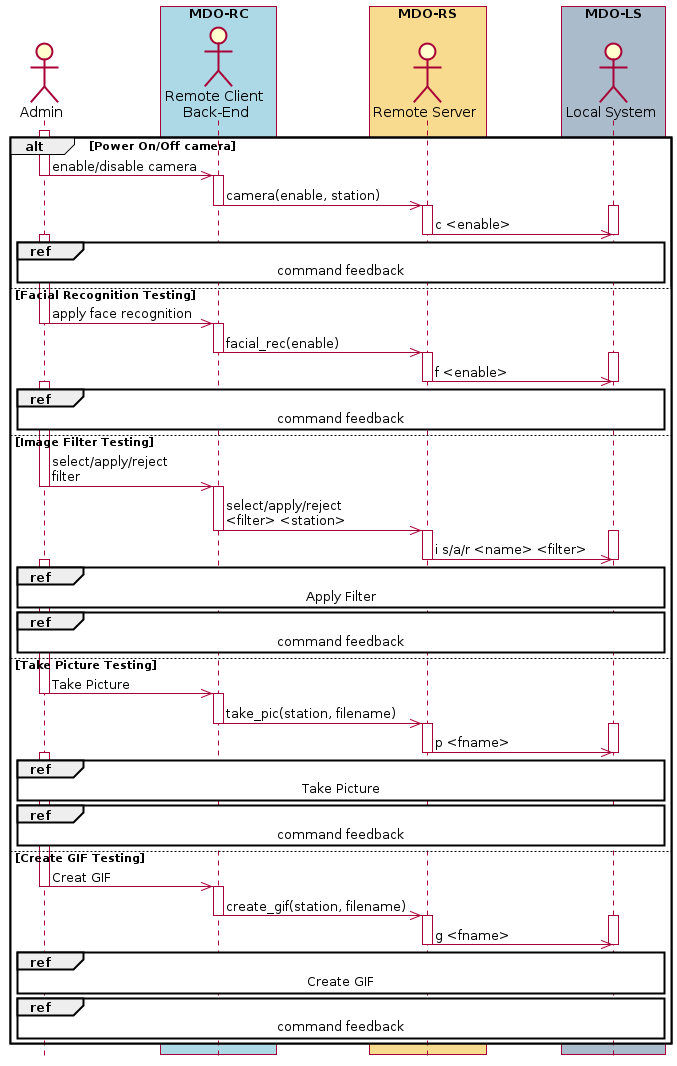
This is Proj/diags/plantuml/seq-diag/output/seq-rs-test-op-camera.png from ElectroQuanta/MDO, a PlantUML export, as it was before one commit.
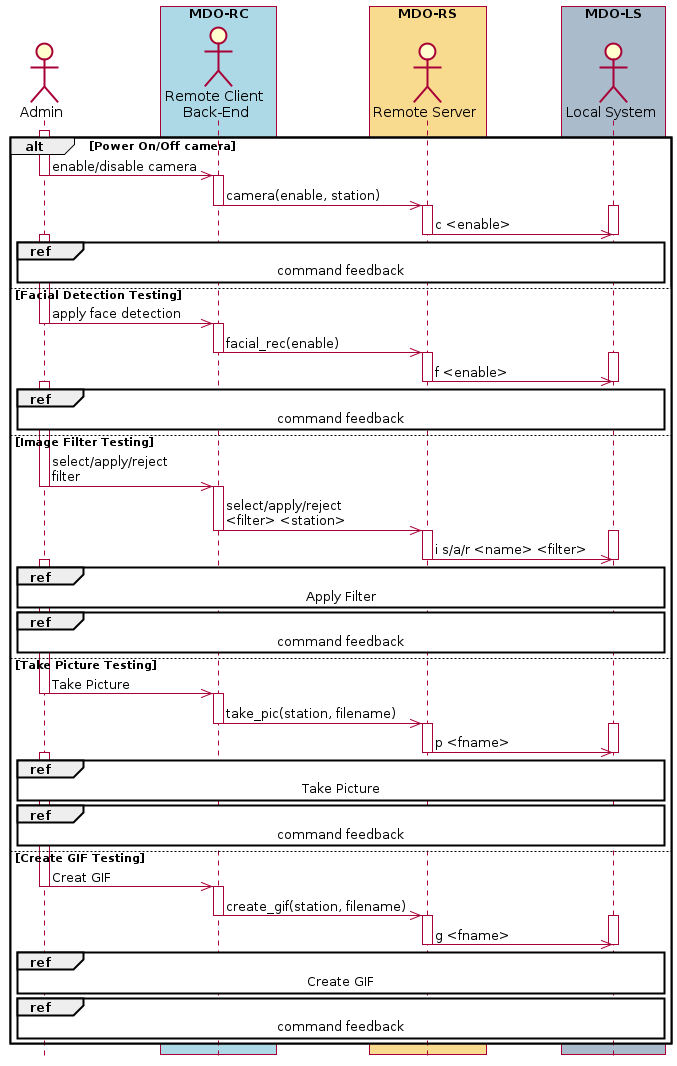
After the change.

Change to the diagram source:
```diff
@@ -22,9 +22,9 @@
     RS ->> LS -- : c <enable>
     deactivate LS
     ref over Admin, RC, RS, LS: command feedback
-   else Facial Recognition Testing
+   else Facial Detection Testing
     activate Admin
-    Admin ->> RC --++ : apply face recognition
+    Admin ->> RC --++ : apply face detection
     RC ->> RS --++ : facial_rec(enable)
     activate LS
     RS ->> LS -- : f <enable>
```
